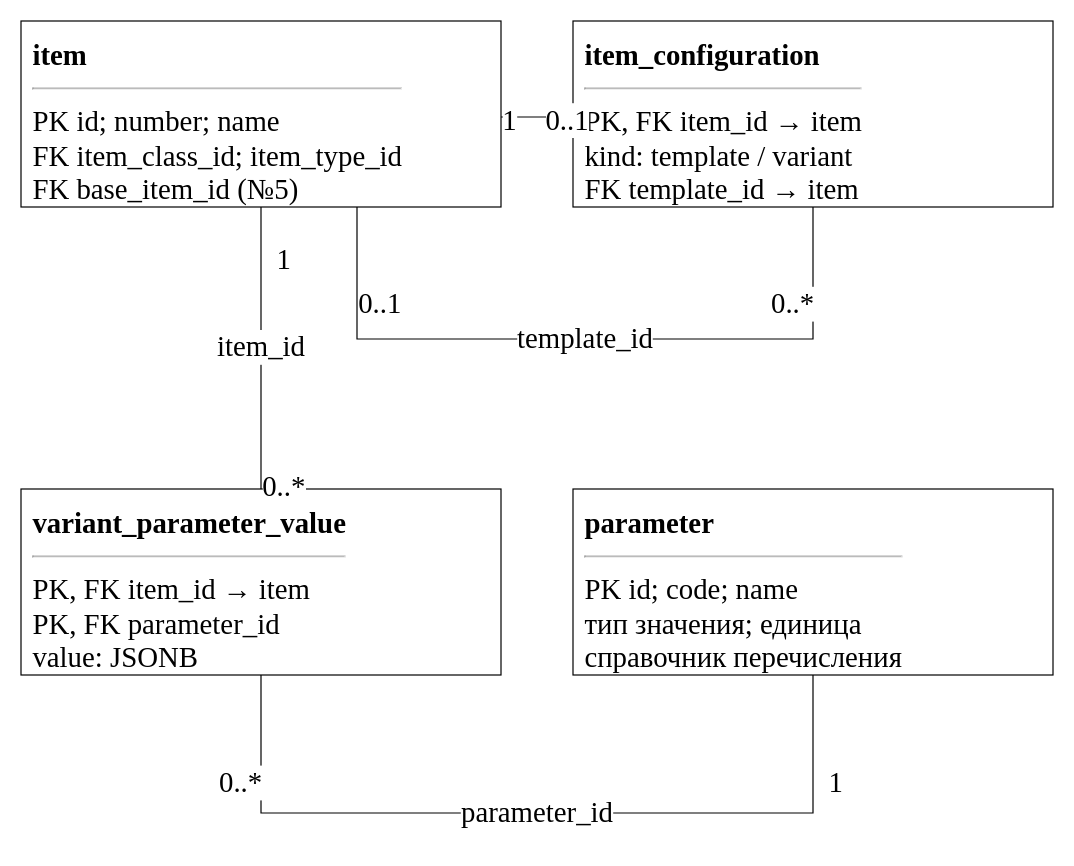
Earlier version of the draw.io diagram utils/lab7/diagrams/06_erd_variants.drawio (10xtheo/mispris-sem7). Source tidied: cells renumbered, new cells numbered last; positions are measured from the earlier drawing's top-left corner, leaving out a move shared by most shapes. Both pictures are drawn from the tidied source at 120%, with x=0, y=0 at pixel (20, 20).
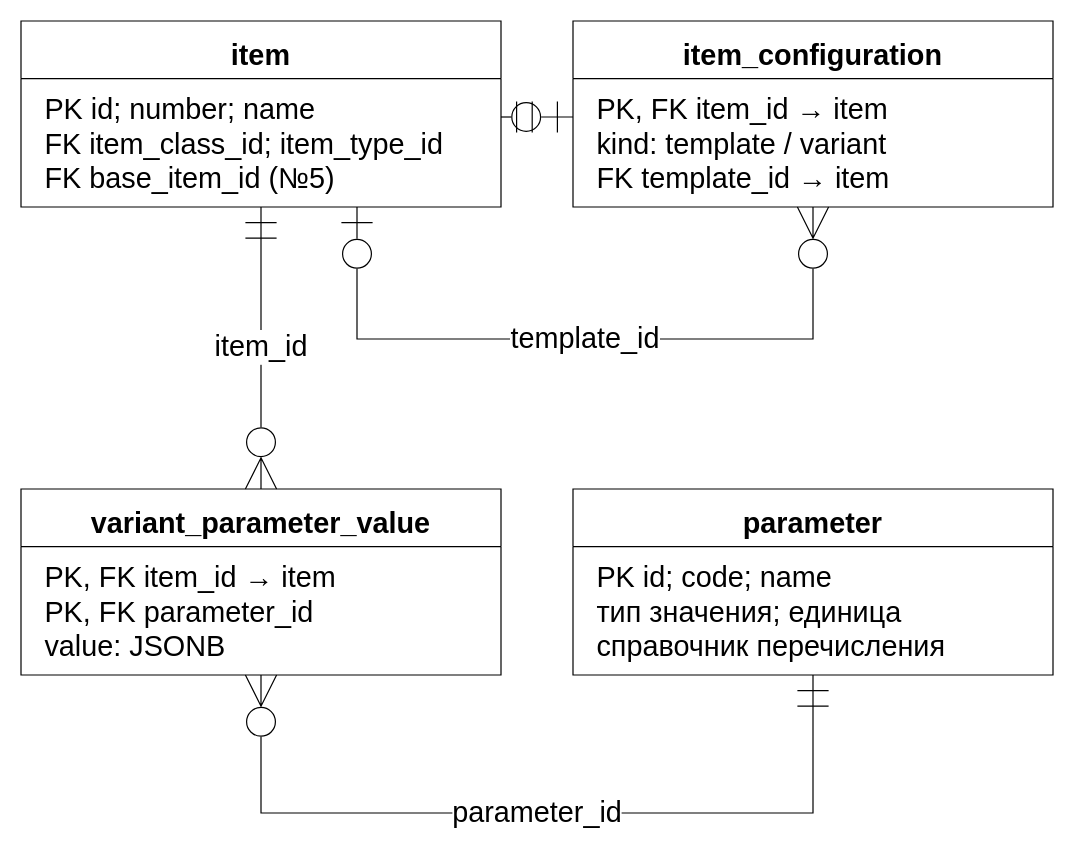
Above is the later version.

The edit, as a diff of the source:
```diff
@@
-    <mxCell id="2" value="&lt;b&gt;item&lt;/b&gt;&lt;hr&gt;PK id; number; name&lt;br&gt;FK item_class_id; item_type_id&lt;br&gt;FK base_item_id (№5)" style="rounded=0;whiteSpace=wrap;html=1;align=left;verticalAlign=top;fontFamily=Times New Roman;fontSize=24;spacing=10;fillColor=#ffffff;strokeColor=#000000;" parent="1" vertex="1">
+    <mxCell id="2" value="item" style="rounded=0;whiteSpace=wrap;html=1;align=center;verticalAlign=top;fontFamily=Arial;fontSize=24;spacing=10;fillColor=#ffffff;strokeColor=#000000;shape=swimlane;startSize=48;fontStyle=1;swimlaneFillColor=#ffffff;" parent="1" vertex="1">
       <mxGeometry width="400" height="155" as="geometry" />
     </mxCell>
+    <mxCell id="18" value="PK id; number; name&lt;br&gt;FK item_class_id; item_type_id&lt;br&gt;FK base_item_id (№5)" style="text;html=1;align=left;verticalAlign=top;fontFamily=Arial;fontSize=24;spacingLeft=18;spacingTop=5;fillColor=none;strokeColor=none;" parent="2" vertex="1">
+      <mxGeometry y="48" width="400" height="107" as="geometry" />
+    </mxCell>
-    <mxCell id="3" value="&lt;b&gt;item_configuration&lt;/b&gt;&lt;hr&gt;PK, FK item_id → item&lt;br&gt;kind: template / variant&lt;br&gt;FK template_id → item" style="rounded=0;whiteSpace=wrap;html=1;align=left;verticalAlign=top;fontFamily=Times New Roman;fontSize=24;spacing=10;fillColor=#ffffff;strokeColor=#000000;" parent="1" vertex="1">
+    <mxCell id="3" value="item_configuration" style="rounded=0;whiteSpace=wrap;html=1;align=center;verticalAlign=top;fontFamily=Arial;fontSize=24;spacing=10;fillColor=#ffffff;strokeColor=#000000;shape=swimlane;startSize=48;fontStyle=1;swimlaneFillColor=#ffffff;" parent="1" vertex="1">
       <mxGeometry x="460" width="400" height="155" as="geometry" />
     </mxCell>
+    <mxCell id="19" value="PK, FK item_id → item&lt;br&gt;kind: template / variant&lt;br&gt;FK template_id → item" style="text;html=1;align=left;verticalAlign=top;fontFamily=Arial;fontSize=24;spacingLeft=18;spacingTop=5;fillColor=none;strokeColor=none;" parent="3" vertex="1">
+      <mxGeometry y="48" width="400" height="107" as="geometry" />
+    </mxCell>
-    <mxCell id="4" value="&lt;b&gt;variant_parameter_value&lt;/b&gt;&lt;hr&gt;PK, FK item_id → item&lt;br&gt;PK, FK parameter_id&lt;br&gt;value: JSONB" style="rounded=0;whiteSpace=wrap;html=1;align=left;verticalAlign=top;fontFamily=Times New Roman;fontSize=24;spacing=10;fillColor=#ffffff;strokeColor=#000000;" parent="1" vertex="1">
+    <mxCell id="4" value="variant_parameter_value" style="rounded=0;whiteSpace=wrap;html=1;align=center;verticalAlign=top;fontFamily=Arial;fontSize=24;spacing=10;fillColor=#ffffff;strokeColor=#000000;shape=swimlane;startSize=48;fontStyle=1;swimlaneFillColor=#ffffff;" parent="1" vertex="1">
       <mxGeometry y="390" width="400" height="155" as="geometry" />
     </mxCell>
+    <mxCell id="20" value="PK, FK item_id → item&lt;br&gt;PK, FK parameter_id&lt;br&gt;value: JSONB" style="text;html=1;align=left;verticalAlign=top;fontFamily=Arial;fontSize=24;spacingLeft=18;spacingTop=5;fillColor=none;strokeColor=none;" parent="4" vertex="1">
+      <mxGeometry y="48" width="400" height="107" as="geometry" />
+    </mxCell>
-    <mxCell id="5" value="&lt;b&gt;parameter&lt;/b&gt;&lt;hr&gt;PK id; code; name&lt;br&gt;тип значения; единица&lt;br&gt;справочник перечисления" style="rounded=0;whiteSpace=wrap;html=1;align=left;verticalAlign=top;fontFamily=Times New Roman;fontSize=24;spacing=10;fillColor=#ffffff;strokeColor=#000000;" parent="1" vertex="1">
+    <mxCell id="5" value="parameter" style="rounded=0;whiteSpace=wrap;html=1;align=center;verticalAlign=top;fontFamily=Arial;fontSize=24;spacing=10;fillColor=#ffffff;strokeColor=#000000;shape=swimlane;startSize=48;fontStyle=1;swimlaneFillColor=#ffffff;" parent="1" vertex="1">
       <mxGeometry x="460" y="390" width="400" height="155" as="geometry" />
     </mxCell>
+    <mxCell id="21" value="PK id; code; name&lt;br&gt;тип значения; единица&lt;br&gt;справочник перечисления" style="text;html=1;align=left;verticalAlign=top;fontFamily=Arial;fontSize=24;spacingLeft=18;spacingTop=5;fillColor=none;strokeColor=none;" parent="5" vertex="1">
+      <mxGeometry y="48" width="400" height="107" as="geometry" />
+    </mxCell>
-    <mxCell id="6" style="edgeStyle=orthogonalEdgeStyle;rounded=0;html=1;endArrow=open;fontFamily=Times New Roman;fontSize=24;labelBackgroundColor=#ffffff;exitX=0.0;exitY=0.5161290322580645;entryX=1.0;entryY=0.5161290322580645;endArrow=none;startArrow=none;" parent="1" edge="1" source="3" target="2">
+    <mxCell id="6" style="edgeStyle=orthogonalEdgeStyle;rounded=0;html=1;endArrow=open;fontFamily=Arial;fontSize=24;labelBackgroundColor=#ffffff;exitX=0.0;exitY=0.5161290322580645;entryX=1.0;entryY=0.5161290322580645;endArrow=none;startArrow=none;startArrow=ERzeroToOne;endArrow=ERmandOne;startFill=0;endFill=0;startSize=24;endSize=24;" parent="1" edge="1" source="3" target="2">
       <mxGeometry relative="1" as="geometry" />
     </mxCell>
-    <mxCell id="7" value="0..1" style="edgeLabel;html=1;align=center;fontFamily=Times New Roman;fontSize=24;" parent="6" vertex="1">
-      <mxGeometry x="-0.8" y="-18" relative="1" as="geometry" />
-    </mxCell>
-    <mxCell id="8" value="1" style="edgeLabel;html=1;align=center;fontFamily=Times New Roman;fontSize=24;" parent="6" vertex="1">
-      <mxGeometry x="0.8" y="-18" relative="1" as="geometry" />
-    </mxCell>
-    <mxCell id="9" value="template_id" style="edgeStyle=orthogonalEdgeStyle;rounded=0;html=1;endArrow=open;fontFamily=Times New Roman;fontSize=24;labelBackgroundColor=#ffffff;exitX=0.5;exitY=1.0;entryX=0.7;entryY=1.0;endArrow=none;startArrow=none;" parent="1" edge="1" source="3" target="2">
+    <mxCell id="9" value="template_id" style="edgeStyle=orthogonalEdgeStyle;rounded=0;html=1;endArrow=open;fontFamily=Arial;fontSize=24;labelBackgroundColor=#ffffff;exitX=0.5;exitY=1.0;entryX=0.7;entryY=1.0;endArrow=none;startArrow=none;startArrow=ERzeroToMany;endArrow=ERzeroToOne;startFill=0;endFill=0;startSize=24;endSize=24;" parent="1" edge="1" source="3" target="2">
       <mxGeometry relative="1" as="geometry">
         <Array as="points">
           <mxPoint x="660" y="265" />
           <mxPoint x="280" y="265" />
         </Array>
       </mxGeometry>
     </mxCell>
-    <mxCell id="10" value="0..*" style="edgeLabel;html=1;align=center;fontFamily=Times New Roman;fontSize=24;" parent="9" vertex="1">
-      <mxGeometry x="-0.8" y="-18" relative="1" as="geometry" />
-    </mxCell>
-    <mxCell id="11" value="0..1" style="edgeLabel;html=1;align=center;fontFamily=Times New Roman;fontSize=24;" parent="9" vertex="1">
-      <mxGeometry x="0.8" y="-18" relative="1" as="geometry" />
-    </mxCell>
-    <mxCell id="12" value="item_id" style="edgeStyle=orthogonalEdgeStyle;rounded=0;html=1;endArrow=open;fontFamily=Times New Roman;fontSize=24;labelBackgroundColor=#ffffff;exitX=0.5;exitY=0.0;entryX=0.5;entryY=1.0;endArrow=none;startArrow=none;" parent="1" edge="1" source="4" target="2">
+    <mxCell id="12" value="item_id" style="edgeStyle=orthogonalEdgeStyle;rounded=0;html=1;endArrow=open;fontFamily=Arial;fontSize=24;labelBackgroundColor=#ffffff;exitX=0.5;exitY=0.0;entryX=0.5;entryY=1.0;endArrow=none;startArrow=none;startArrow=ERzeroToMany;endArrow=ERmandOne;startFill=0;endFill=0;startSize=24;endSize=24;" parent="1" edge="1" source="4" target="2">
       <mxGeometry relative="1" as="geometry" />
     </mxCell>
-    <mxCell id="13" value="0..*" style="edgeLabel;html=1;align=center;fontFamily=Times New Roman;fontSize=24;" parent="12" vertex="1">
-      <mxGeometry x="-0.8" y="-18" relative="1" as="geometry" />
-    </mxCell>
-    <mxCell id="14" value="1" style="edgeLabel;html=1;align=center;fontFamily=Times New Roman;fontSize=24;" parent="12" vertex="1">
-      <mxGeometry x="0.8" y="-18" relative="1" as="geometry" />
-    </mxCell>
-    <mxCell id="15" value="parameter_id" style="edgeStyle=orthogonalEdgeStyle;rounded=0;html=1;endArrow=open;fontFamily=Times New Roman;fontSize=24;labelBackgroundColor=#ffffff;exitX=0.5;exitY=1.0;entryX=0.5;entryY=1.0;endArrow=none;startArrow=none;" parent="1" edge="1" source="4" target="5">
+    <mxCell id="15" value="parameter_id" style="edgeStyle=orthogonalEdgeStyle;rounded=0;html=1;endArrow=open;fontFamily=Arial;fontSize=24;labelBackgroundColor=#ffffff;exitX=0.5;exitY=1.0;entryX=0.5;entryY=1.0;endArrow=none;startArrow=none;startArrow=ERzeroToMany;endArrow=ERmandOne;startFill=0;endFill=0;startSize=24;endSize=24;" parent="1" edge="1" source="4" target="5">
       <mxGeometry relative="1" as="geometry">
         <Array as="points">
           <mxPoint x="200" y="660" />
           <mxPoint x="660" y="660" />
         </Array>
       </mxGeometry>
     </mxCell>
-    <mxCell id="16" value="0..*" style="edgeLabel;html=1;align=center;fontFamily=Times New Roman;fontSize=24;" parent="15" vertex="1">
-      <mxGeometry x="-0.8" y="-18" relative="1" as="geometry" />
-    </mxCell>
-    <mxCell id="17" value="1" style="edgeLabel;html=1;align=center;fontFamily=Times New Roman;fontSize=24;" parent="15" vertex="1">
-      <mxGeometry x="0.8" y="-18" relative="1" as="geometry" />
-    </mxCell>
```
